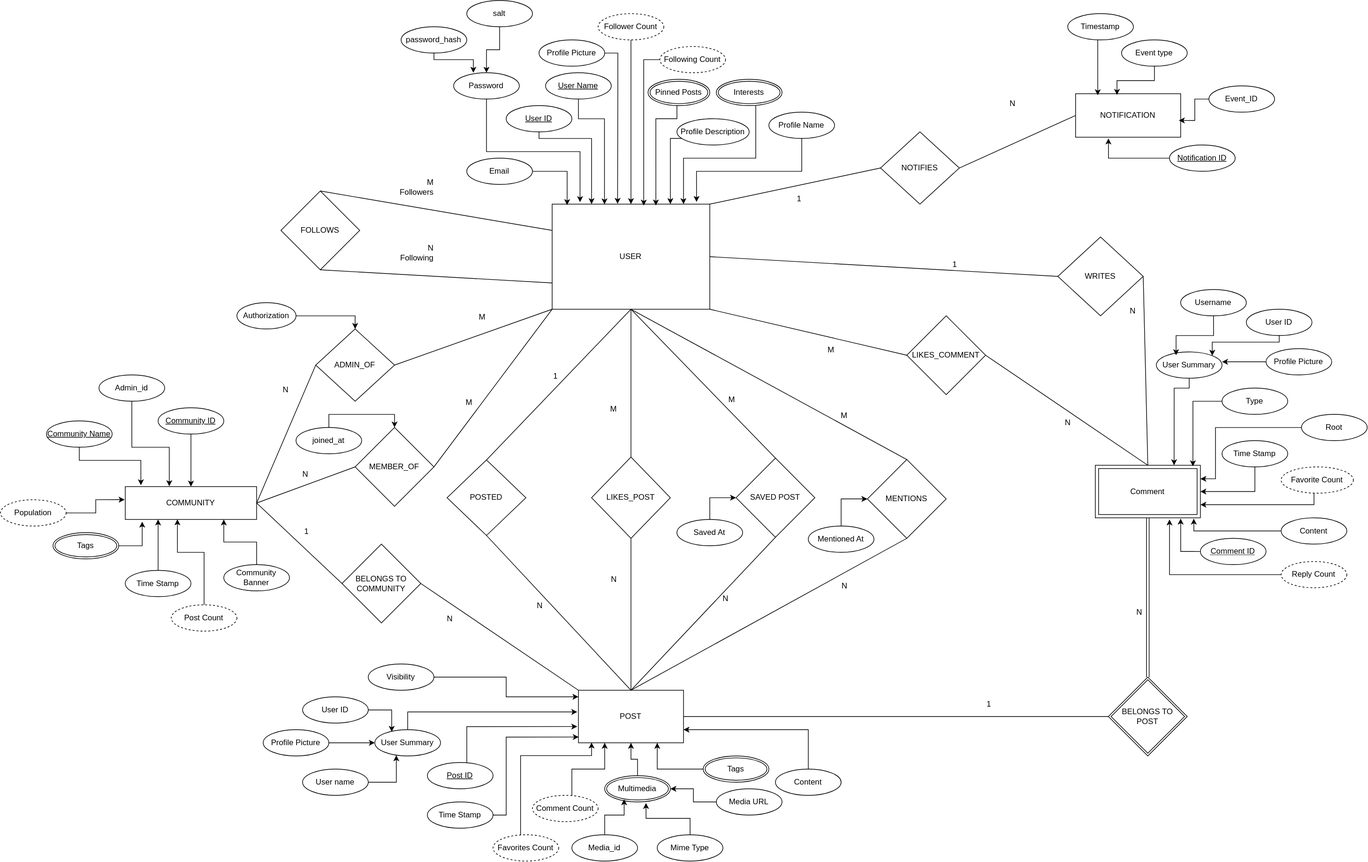
Earlier version of the draw.io export Documentation/ER/Broadcast-ER.svg (Karthik-2592/BroadcastPublic). Source tidied: cells renumbered, new cells last; positions are measured from the earlier drawing's top-left corner, leaving out a move shared by most shapes.
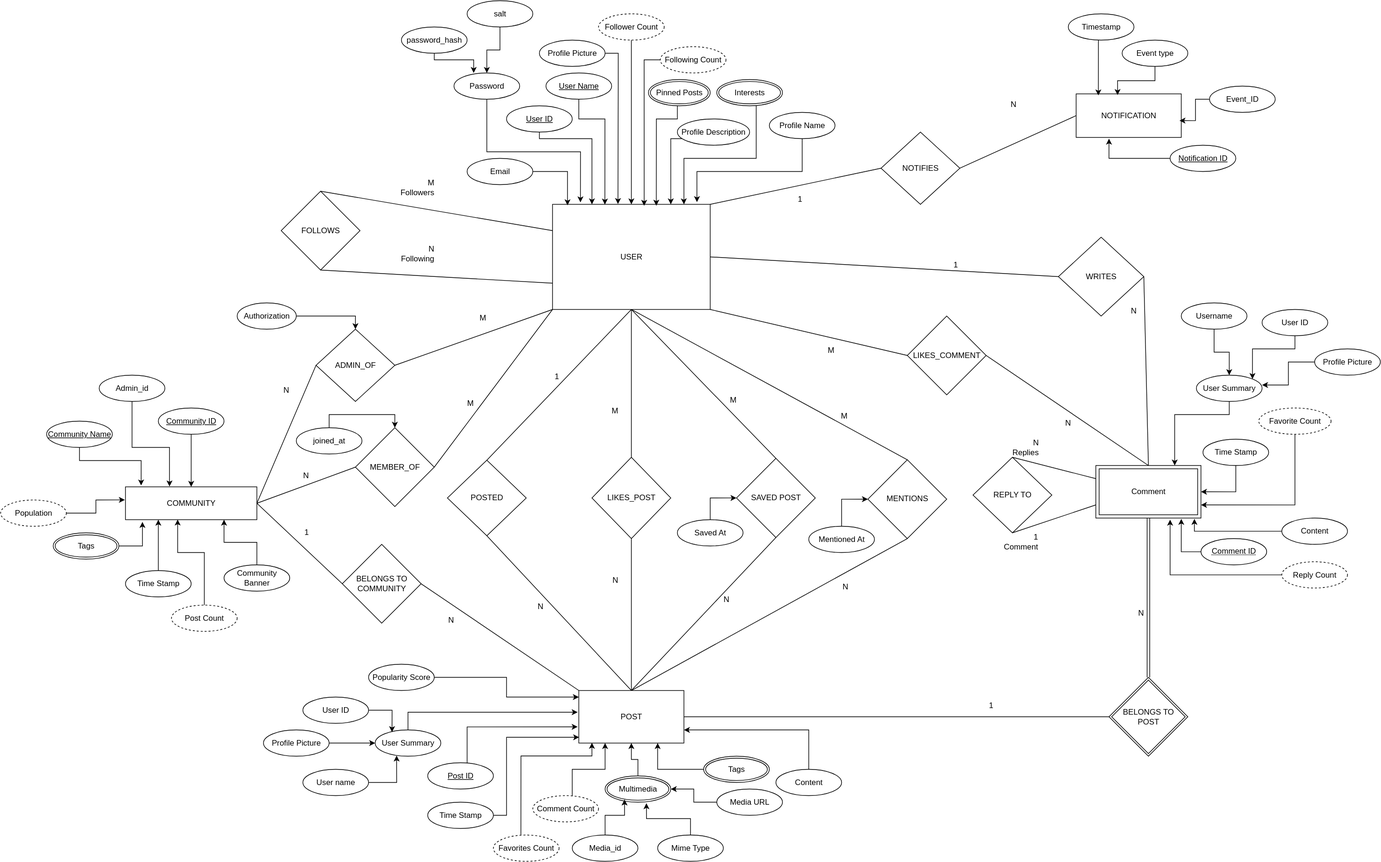
After the change.

What changed in the source:
```diff
@@ -80,18 +80,6 @@
         </Array>
       </mxGeometry>
     </mxCell>
-    <mxCell id="20" style="edgeStyle=orthogonalEdgeStyle;rounded=0;jettySize=auto;html=1;entryX=1;entryY=0.25;entryDx=0;entryDy=0;" parent="1" edge="1" source="21">
-      <mxGeometry relative="1" as="geometry">
-        <mxPoint x="1827" y="728.1" as="targetPoint" />
-        <Array as="points">
-          <mxPoint x="1850" y="650" />
-          <mxPoint x="1850" y="728.1" />
-        </Array>
-      </mxGeometry>
-    </mxCell>
-    <mxCell id="21" value="Root" style="ellipse;whiteSpace=wrap;html=1;align=center;" parent="1" vertex="1">
-      <mxGeometry x="1981" y="630" width="100" height="40" as="geometry" />
-    </mxCell>
     <mxCell id="22" value="Time Stamp" style="ellipse;whiteSpace=wrap;html=1;align=center;" parent="1" vertex="1">
       <mxGeometry x="650" y="1220" width="100" height="40" as="geometry" />
     </mxCell>
@@ -121,22 +109,22 @@
     <mxCell id="27" style="edgeStyle=orthogonalEdgeStyle;rounded=0;jettySize=auto;html=1;entryX=1;entryY=0.5;entryDx=0;entryDy=0;" parent="1" edge="1" source="28" target="31">
       <mxGeometry relative="1" as="geometry">
         <Array as="points">
-          <mxPoint x="1910" y="747.5" />
+          <mxPoint x="1880" y="747.5" />
         </Array>
       </mxGeometry>
     </mxCell>
     <mxCell id="28" value="Time Stamp" style="ellipse;whiteSpace=wrap;html=1;align=center;" parent="1" vertex="1">
-      <mxGeometry x="1860" y="670" width="100" height="40" as="geometry" />
+      <mxGeometry x="1830" y="667.5" width="100" height="40" as="geometry" />
     </mxCell>
     <mxCell id="29" style="edgeStyle=orthogonalEdgeStyle;rounded=0;jettySize=auto;html=1;entryX=1;entryY=0.75;entryDx=0;entryDy=0;" parent="1" edge="1" source="30" target="31">
       <mxGeometry relative="1" as="geometry">
         <Array as="points">
-          <mxPoint x="2000" y="767.5" />
+          <mxPoint x="1970" y="767.5" />
         </Array>
       </mxGeometry>
     </mxCell>
     <mxCell id="30" value="Favorite Count" style="ellipse;whiteSpace=wrap;html=1;align=center;dashed=1;" parent="1" vertex="1">
-      <mxGeometry x="1950" y="710" width="110" height="40" as="geometry" />
+      <mxGeometry x="1915" y="620" width="110" height="40" as="geometry" />
     </mxCell>
     <mxCell id="31" value="Comment" style="shape=ext;margin=3;double=1;whiteSpace=wrap;html=1;align=center;" parent="1" vertex="1">
       <mxGeometry x="1667" y="707.5" width="160" height="80" as="geometry" />
@@ -312,12 +300,6 @@
         <mxPoint x="-90" y="81" as="offset" />
       </mxGeometry>
     </mxCell>
-    <mxCell id="73" value="Type" style="ellipse;whiteSpace=wrap;html=1;align=center;" parent="1" vertex="1">
-      <mxGeometry x="1860" y="590" width="100" height="40" as="geometry" />
-    </mxCell>
-    <mxCell id="74" style="edgeStyle=orthogonalEdgeStyle;rounded=0;jettySize=auto;html=1;entryX=0.929;entryY=0.02;entryDx=0;entryDy=0;entryPerimeter=0;" parent="1" edge="1" source="73" target="31">
-      <mxGeometry relative="1" as="geometry" />
-    </mxCell>
     <mxCell id="75" style="edgeStyle=orthogonalEdgeStyle;rounded=0;jettySize=auto;html=1;entryX=0;entryY=0.5;entryDx=0;entryDy=0;" parent="1" edge="1" source="76" target="63">
       <mxGeometry relative="1" as="geometry" />
     </mxCell>
@@ -577,7 +559,7 @@
         </Array>
       </mxGeometry>
     </mxCell>
-    <mxCell id="139" value="Visibility" style="ellipse;whiteSpace=wrap;html=1;align=center;" parent="1" vertex="1">
+    <mxCell id="139" value="Popularity Score" style="ellipse;whiteSpace=wrap;html=1;align=center;" parent="1" vertex="1">
       <mxGeometry x="560" y="1010" width="100" height="40" as="geometry" />
     </mxCell>
     <mxCell id="140" value="ADMIN_OF" style="shape=rhombus;perimeter=rhombusPerimeter;whiteSpace=wrap;html=1;align=center;" parent="1" vertex="1">
@@ -614,26 +596,22 @@
     <mxCell id="149" style="edgeStyle=orthogonalEdgeStyle;rounded=0;jettySize=auto;html=1;entryX=0.75;entryY=0;entryDx=0;entryDy=0;exitX=0.5;exitY=1;exitDx=0;exitDy=0;" parent="1" edge="1" source="150" target="31">
       <mxGeometry relative="1" as="geometry">
         <Array as="points">
-          <mxPoint x="1810" y="590" />
-          <mxPoint x="1787" y="590" />
+          <mxPoint x="1870" y="630" />
+          <mxPoint x="1787" y="630" />
         </Array>
       </mxGeometry>
     </mxCell>
     <mxCell id="150" value="User Summary" style="ellipse;whiteSpace=wrap;html=1;align=center;" parent="1" vertex="1">
-      <mxGeometry x="1760" y="535" width="100" height="40" as="geometry" />
+      <mxGeometry x="1820" y="570" width="100" height="40" as="geometry" />
     </mxCell>
+    <mxCell id="152" style="edgeStyle=orthogonalEdgeStyle;rounded=0;jettySize=auto;html=1;entryX=0.5;entryY=0;entryDx=0;entryDy=0;" parent="1" edge="1" source="151" target="150">
+      <mxGeometry relative="1" as="geometry" />
+    </mxCell>
     <mxCell id="151" value="Username" style="ellipse;whiteSpace=wrap;html=1;align=center;" parent="1" vertex="1">
-      <mxGeometry x="1797" y="440" width="100" height="40" as="geometry" />
+      <mxGeometry x="1797" y="460" width="100" height="40" as="geometry" />
     </mxCell>
-    <mxCell id="152" style="edgeStyle=orthogonalEdgeStyle;rounded=0;jettySize=auto;html=1;entryX=0.3;entryY=0.125;entryDx=0;entryDy=0;entryPerimeter=0;" parent="1" edge="1" source="151" target="150">
-      <mxGeometry relative="1" as="geometry">
-        <Array as="points">
-          <mxPoint x="1790" y="510" />
-        </Array>
-      </mxGeometry>
-    </mxCell>
     <mxCell id="153" value="Profile Picture" style="ellipse;whiteSpace=wrap;html=1;align=center;" parent="1" vertex="1">
-      <mxGeometry x="1927" y="530" width="100" height="40" as="geometry" />
+      <mxGeometry x="2000" y="530" width="100" height="40" as="geometry" />
     </mxCell>
     <mxCell id="154" style="edgeStyle=orthogonalEdgeStyle;rounded=0;jettySize=auto;html=1;entryX=1;entryY=0.375;entryDx=0;entryDy=0;entryPerimeter=0;" parent="1" edge="1" source="153" target="150">
       <mxGeometry relative="1" as="geometry" />
@@ -687,12 +665,13 @@
     <mxCell id="166" style="edgeStyle=orthogonalEdgeStyle;rounded=0;jettySize=auto;html=1;entryX=1;entryY=0;entryDx=0;entryDy=0;" parent="1" edge="1" source="167" target="150">
       <mxGeometry relative="1" as="geometry">
         <Array as="points">
-          <mxPoint x="1845.4" y="520" />
+          <mxPoint x="1970" y="530" />
+          <mxPoint x="1905.3" y="530" />
         </Array>
       </mxGeometry>
     </mxCell>
     <mxCell id="167" value="User ID" style="ellipse;whiteSpace=wrap;html=1;align=center;" parent="1" vertex="1">
-      <mxGeometry x="1897" y="470" width="100" height="40" as="geometry" />
+      <mxGeometry x="1920" y="470" width="100" height="40" as="geometry" />
     </mxCell>
     <mxCell id="168" value="Password" style="ellipse;whiteSpace=wrap;html=1;align=center;" parent="1" vertex="1">
       <mxGeometry x="690" y="110" width="100" height="40" as="geometry" />
@@ -736,5 +715,24 @@
     <mxCell id="176" value="salt" style="ellipse;whiteSpace=wrap;html=1;align=center;" parent="1" vertex="1">
       <mxGeometry x="710" width="100" height="40" as="geometry" />
     </mxCell>
+    <mxCell id="177" value="REPLY TO" style="shape=rhombus;perimeter=rhombusPerimeter;whiteSpace=wrap;html=1;align=center;" parent="1" vertex="1">
+      <mxGeometry x="1480" y="695" width="120" height="115" as="geometry" />
+    </mxCell>
+    <mxCell id="178" style="endArrow=none;html=1;rounded=0;exitX=0.5;exitY=0;exitDx=0;exitDy=0;entryX=0;entryY=0.25;entryDx=0;entryDy=0;" parent="1" edge="1" source="177" target="31">
+      <mxGeometry relative="1" as="geometry" />
+    </mxCell>
+    <mxCell id="179" value="N&lt;div&gt;Replies&lt;/div&gt;" style="html=1;whiteSpace=wrap;align=right;verticalAlign=bottom;" parent="178" vertex="1">
+      <mxGeometry x="1" relative="1" as="geometry">
+        <mxPoint x="-87" y="-32" as="offset" />
+      </mxGeometry>
+    </mxCell>
+    <mxCell id="180" style="endArrow=none;html=1;rounded=0;entryX=0;entryY=0.75;entryDx=0;entryDy=0;exitX=0.5;exitY=1;exitDx=0;exitDy=0;" parent="1" edge="1" source="177" target="31">
+      <mxGeometry relative="1" as="geometry" />
+    </mxCell>
+    <mxCell id="181" value="1&lt;div&gt;Comment&lt;/div&gt;" style="html=1;whiteSpace=wrap;align=right;verticalAlign=bottom;" parent="180" vertex="1">
+      <mxGeometry x="1" relative="1" as="geometry">
+        <mxPoint x="-88" y="71" as="offset" />
+      </mxGeometry>
+    </mxCell>
   </root>
 </mxGraphModel>
```
